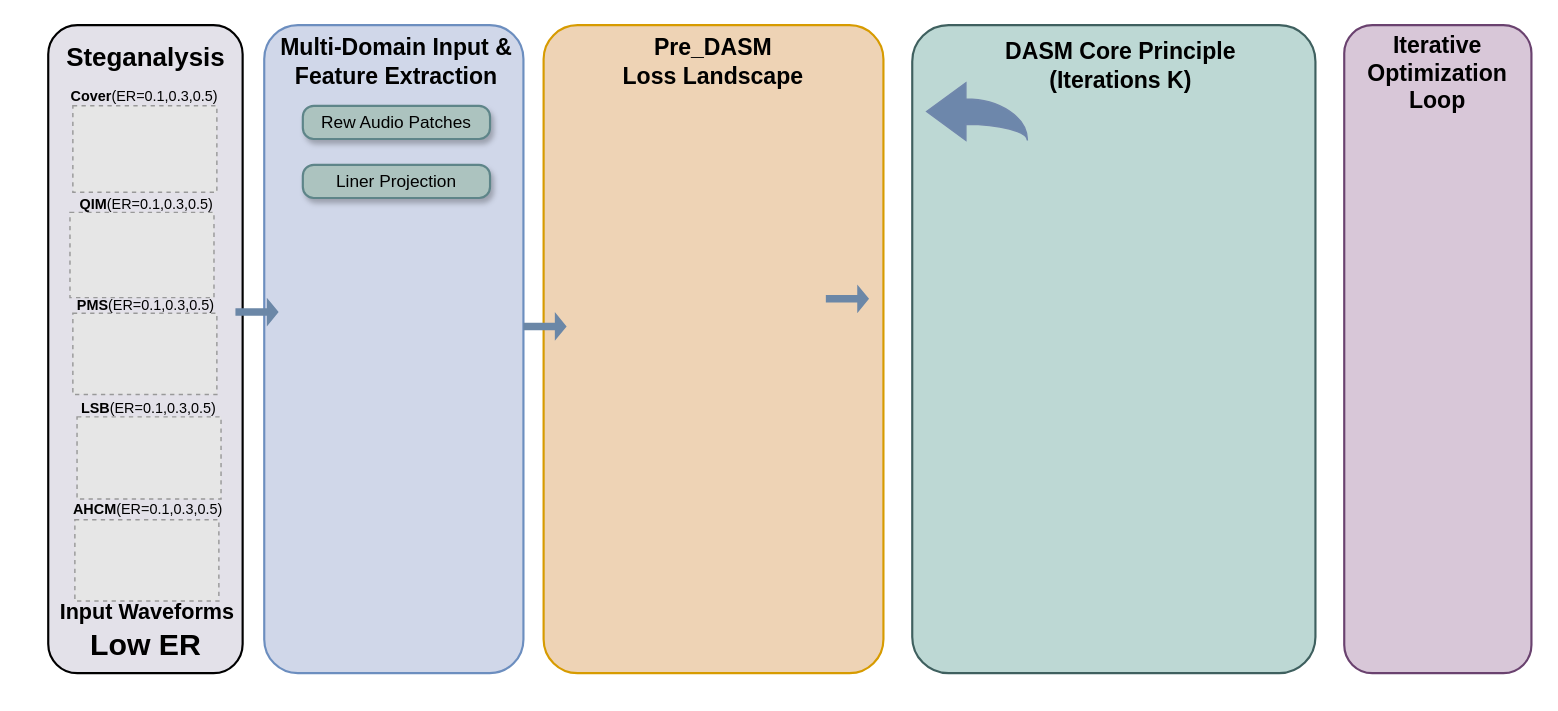
The draw.io diagram Voip.drawio in PKQZPC/Voip, before the edit. Source tidied: cells renumbered, new cells numbered last; positions are measured from the earlier drawing's top-left corner, leaving out a move shared by most shapes. Both pictures are drawn from the tidied source at 144%, with x=0, y=0 at pixel (24, 24). Pictures stored in the file or linked from it are replaced by grey dashed boxes.
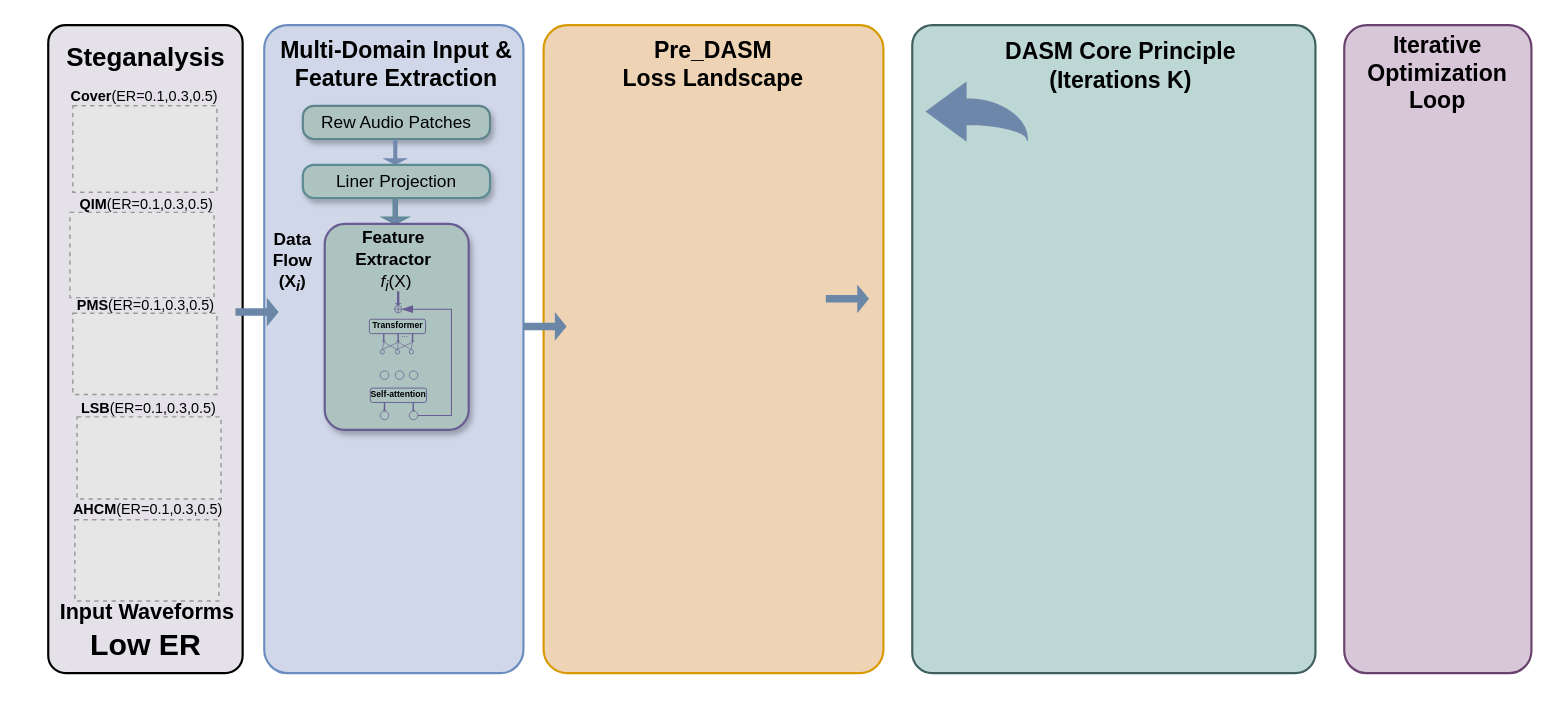
The same diagram, later.

Diff of the diagram source:
```diff
@@
-    <mxCell id="2" style="rounded=1;whiteSpace=wrap;html=1;fillColor=light-dark(#e3e1e9, #EDEDED);strokeWidth=1.5;" parent="1" vertex="1">
+    <mxCell id="2" style="rounded=1;whiteSpace=wrap;html=1;fillColor=light-dark(#e4e1e8, #EDEDED);strokeWidth=1.5;arcSize=9;" parent="1" vertex="1">
       <mxGeometry x="16" width="135" height="450" as="geometry" />
     </mxCell>
-    <mxCell id="3" style="rounded=1;whiteSpace=wrap;html=1;fillColor=light-dark(#d0d7e9, #1d293b);strokeColor=#6c8ebf;strokeWidth=1.5;arcSize=13;" parent="1" vertex="1">
+    <mxCell id="3" style="rounded=1;whiteSpace=wrap;html=1;fillColor=light-dark(#d0d7e9, #1d293b);strokeColor=#6c8ebf;strokeWidth=1.5;arcSize=9;" parent="1" vertex="1">
       <mxGeometry x="166" width="180" height="450" as="geometry" />
     </mxCell>
-    <mxCell id="4" style="rounded=1;whiteSpace=wrap;html=1;fillColor=light-dark(#eed3b5, #36210a);strokeColor=#d79b00;strokeWidth=1.5;arcSize=10;" parent="1" vertex="1">
+    <mxCell id="4" style="rounded=1;whiteSpace=wrap;html=1;fillColor=light-dark(#eed3b5, #36210a);strokeColor=#d79b00;strokeWidth=1.5;arcSize=7;" parent="1" vertex="1">
       <mxGeometry x="360" width="236" height="450" as="geometry" />
     </mxCell>
-    <mxCell id="5" style="rounded=1;whiteSpace=wrap;html=1;fillColor=light-dark(#bdd8d4, #ededed);strokeColor=light-dark(#3f605f, #ededed);strokeWidth=1.5;arcSize=9;" parent="1" vertex="1">
+    <mxCell id="5" style="rounded=1;whiteSpace=wrap;html=1;fillColor=light-dark(#bdd8d4, #ededed);strokeColor=light-dark(#3f605f, #ededed);strokeWidth=1.5;arcSize=5;" parent="1" vertex="1">
       <mxGeometry x="616" width="280" height="450" as="geometry" />
     </mxCell>
-    <mxCell id="6" style="rounded=1;whiteSpace=wrap;html=1;fillColor=light-dark(#d8c7d8, #ededed);strokeColor=light-dark(#6a426f, #ededed);strokeWidth=1.5;" parent="1" vertex="1">
+    <mxCell id="6" style="rounded=1;whiteSpace=wrap;html=1;fillColor=light-dark(#d8c7d8, #ededed);strokeColor=light-dark(#6a426f, #ededed);strokeWidth=1.5;arcSize=12;" parent="1" vertex="1">
       <mxGeometry x="916" width="130" height="450" as="geometry" />
     </mxCell>
@@
-    <mxCell id="22" style="shape=singleArrow;whiteSpace=wrap;html=1;arrowWidth=0.25556007667822767;arrowSize=0.27283950617284636;fillColor=light-dark(#6b87a7, #ededed);strokeColor=none;" parent="1" vertex="1">
-      <mxGeometry x="146" y="189.2" width="30" height="20" as="geometry" />
-    </mxCell>
@@
     <mxCell id="27" value="Pre_DASM&lt;div&gt;Loss Landscape&lt;/div&gt;" style="text;html=1;whiteSpace=wrap;strokeColor=none;fillColor=none;align=center;verticalAlign=middle;rounded=0;fontSize=16;fontStyle=1;" parent="1" vertex="1">
-      <mxGeometry x="383" y="10" width="190" height="30" as="geometry" />
+      <mxGeometry x="383" y="12" width="190" height="30" as="geometry" />
     </mxCell>
@@
     <mxCell id="30" value="Multi-Domain Input &amp;amp;&lt;div&gt;Feature Extraction&lt;/div&gt;" style="text;html=1;whiteSpace=wrap;strokeColor=none;fillColor=none;align=center;verticalAlign=middle;rounded=0;fontStyle=1;fontSize=16;" parent="1" vertex="1">
-      <mxGeometry x="169.6" y="10" width="176.4" height="30" as="geometry" />
+      <mxGeometry x="169.6" y="12" width="176.4" height="30" as="geometry" />
     </mxCell>
-    <mxCell id="31" value="Liner Projection" style="rounded=1;whiteSpace=wrap;html=1;arcSize=33;fillColor=light-dark(#acc3bf, #ededed);strokeColor=light-dark(#5e8589, #ededed);strokeWidth=1.5;textShadow=0;shadow=1;" parent="1" vertex="1">
+    <mxCell id="31" value="Liner Projection" style="rounded=1;whiteSpace=wrap;html=1;arcSize=33;fillColor=light-dark(#acc3bf, #ededed);strokeColor=light-dark(#5c8b92, #ededed);strokeWidth=1.5;textShadow=0;shadow=1;" parent="1" vertex="1">
       <mxGeometry x="192.8" y="97" width="130" height="23" as="geometry" />
     </mxCell>
+    <mxCell id="32" style="shape=singleArrow;direction=south;whiteSpace=wrap;html=1;strokeColor=light-dark(#5c8b92, #ededed);fillColor=light-dark(#6f86aa, #EDEDED);arrowWidth=0.15824751420454833;arrowSize=0.2542083431976039;" parent="1" vertex="1">
+      <mxGeometry x="248" y="120" width="18" height="18" as="geometry" />
+    </mxCell>
+    <mxCell id="33" style="shape=singleArrow;direction=south;whiteSpace=wrap;html=1;strokeColor=none;fillColor=light-dark(#7189af, #ededed);arrowWidth=0.15824751420454833;arrowSize=0.2542083431976039;" parent="1" vertex="1">
+      <mxGeometry x="248" y="79" width="18" height="18" as="geometry" />
+    </mxCell>
+    <mxCell id="34" style="rounded=1;whiteSpace=wrap;html=1;arcSize=14;fillColor=light-dark(#acc3bf, #ededed);strokeColor=light-dark(#685c92, #ededed);strokeWidth=1.5;textShadow=0;shadow=1;" parent="1" vertex="1">
+      <mxGeometry x="208" y="138" width="100" height="143" as="geometry" />
+    </mxCell>
+    <mxCell id="35" value="Feature&lt;div&gt;Extractor&lt;/div&gt;" style="text;html=1;whiteSpace=wrap;strokeColor=none;fillColor=none;align=center;verticalAlign=middle;rounded=0;fontStyle=1;" parent="1" vertex="1">
+      <mxGeometry x="226" y="140" width="60" height="30" as="geometry" />
+    </mxCell>
+    <mxCell id="36" value="&lt;i&gt;f&lt;/i&gt;&lt;sub&gt;&lt;i&gt;i&lt;/i&gt;&lt;/sub&gt;(X)" style="text;html=1;whiteSpace=wrap;strokeColor=none;fillColor=none;align=center;verticalAlign=middle;rounded=0;" parent="1" vertex="1">
+      <mxGeometry x="234" y="174" width="48" height="10.8" as="geometry" />
+    </mxCell>
+    <mxCell id="37" value="Data&lt;div&gt;Flow&lt;br&gt;(X&lt;sub&gt;&lt;i&gt;i&lt;/i&gt;&lt;/sub&gt;)&lt;/div&gt;" style="text;html=1;whiteSpace=wrap;strokeColor=none;fillColor=none;align=center;verticalAlign=middle;rounded=0;fontStyle=1;" parent="1" vertex="1">
+      <mxGeometry x="156" y="150" width="60" height="30" as="geometry" />
+    </mxCell>
+    <mxCell id="38" style="shape=singleArrow;direction=south;whiteSpace=wrap;html=1;strokeColor=none;fillColor=light-dark(#665C94,#36210A);arrowWidth=0.32051966740533544;arrowSize=0.16507516244740827;" parent="1" vertex="1">
+      <mxGeometry x="256.5" y="184.7" width="5" height="10" as="geometry" />
+    </mxCell>
+    <mxCell id="39" style="shape=orEllipse;perimeter=ellipsePerimeter;whiteSpace=wrap;html=1;backgroundOutline=1;fillColor=none;strokeWidth=0.5;strokeColor=light-dark(#685c92, #ededed);fontStyle=1;" parent="1" vertex="1">
+      <mxGeometry x="256.5" y="194.7" width="5" height="5" as="geometry" />
+    </mxCell>
+    <mxCell id="40" style="rounded=1;whiteSpace=wrap;html=1;fillColor=none;strokeColor=light-dark(#62568e, #ededed);strokeWidth=0.6;align=center;" parent="1" vertex="1">
+      <mxGeometry x="239" y="204.2" width="39" height="10" as="geometry" />
+    </mxCell>
+    <mxCell id="41" value="&lt;span style=&quot;font-size: 6px;&quot;&gt;&lt;b&gt;Transformer&lt;/b&gt;&lt;/span&gt;" style="text;html=1;whiteSpace=wrap;strokeColor=none;fillColor=none;align=center;verticalAlign=middle;rounded=0;" parent="1" vertex="1">
+      <mxGeometry x="249" y="202.2" width="20" height="10" as="geometry" />
+    </mxCell>
+    <mxCell id="22" style="shape=singleArrow;whiteSpace=wrap;html=1;arrowWidth=0.25556007667822767;arrowSize=0.27283950617284636;fillColor=light-dark(#6b87a7, #ededed);strokeColor=none;" parent="1" vertex="1">
+      <mxGeometry x="146" y="189.2" width="30" height="20" as="geometry" />
+    </mxCell>
+    <mxCell id="42" style="shape=singleArrow;direction=south;whiteSpace=wrap;html=1;strokeColor=none;fillColor=light-dark(#665C94,#36210A);arrowWidth=0.32051966740533544;arrowSize=0.16507516244740827;" parent="1" vertex="1">
+      <mxGeometry x="247.5" y="214.2" width="3" height="6" as="geometry" />
+    </mxCell>
+    <mxCell id="43" style="shape=singleArrow;direction=south;whiteSpace=wrap;html=1;strokeColor=none;fillColor=light-dark(#665C94,#36210A);arrowWidth=0.32051966740533544;arrowSize=0.16507516244740827;" parent="1" vertex="1">
+      <mxGeometry x="257.5" y="214.2" width="3" height="6" as="geometry" />
+    </mxCell>
+    <mxCell id="44" style="shape=singleArrow;direction=south;whiteSpace=wrap;html=1;strokeColor=none;fillColor=light-dark(#665C94,#36210A);arrowWidth=0.32051966740533544;arrowSize=0.16507516244740827;" parent="1" vertex="1">
+      <mxGeometry x="267.5" y="214.2" width="3" height="6" as="geometry" />
+    </mxCell>
+    <mxCell id="45" style="ellipse;whiteSpace=wrap;html=1;fillColor=none;strokeWidth=0.5;strokeColor=light-dark(#685c92, #ededed);" parent="1" vertex="1">
+      <mxGeometry x="246.5" y="240" width="6" height="6" as="geometry" />
+    </mxCell>
+    <mxCell id="46" style="ellipse;whiteSpace=wrap;html=1;fillColor=none;strokeWidth=0.5;strokeColor=light-dark(#685c92, #ededed);" parent="1" vertex="1">
+      <mxGeometry x="257" y="240" width="6" height="6" as="geometry" />
+    </mxCell>
+    <mxCell id="47" style="ellipse;whiteSpace=wrap;html=1;fillColor=none;strokeWidth=0.5;strokeColor=light-dark(#685c92, #ededed);" parent="1" vertex="1">
+      <mxGeometry x="266.7" y="240" width="6" height="6" as="geometry" />
+    </mxCell>
+    <mxCell id="48" style="ellipse;whiteSpace=wrap;html=1;fillColor=none;strokeWidth=0.5;strokeColor=light-dark(#685c92, #ededed);" parent="1" vertex="1">
+      <mxGeometry x="246.5" y="225.3" width="3" height="3" as="geometry" />
+    </mxCell>
+    <mxCell id="49" value="&lt;span style=&quot;font-size: 6px;&quot;&gt;Self-attention&lt;/span&gt;" style="text;html=1;whiteSpace=wrap;strokeColor=none;fillColor=none;align=center;verticalAlign=middle;rounded=0;fontStyle=1;" parent="1" vertex="1">
+      <mxGeometry x="235.9" y="250" width="46.8" height="10" as="geometry" />
+    </mxCell>
+    <mxCell id="50" style="shape=singleArrow;direction=south;whiteSpace=wrap;html=1;strokeColor=none;fillColor=light-dark(#665C94,#36210A);arrowWidth=0.32051966740533544;arrowSize=0.16507516244740827;" parent="1" vertex="1">
+      <mxGeometry x="248" y="262" width="3" height="6" as="geometry" />
+    </mxCell>
+    <mxCell id="51" style="shape=singleArrow;direction=south;whiteSpace=wrap;html=1;strokeColor=none;fillColor=light-dark(#665C94,#36210A);arrowWidth=0.32051966740533544;arrowSize=0.16507516244740827;" parent="1" vertex="1">
+      <mxGeometry x="268" y="262" width="3" height="6" as="geometry" />
+    </mxCell>
+    <mxCell id="52" value="&lt;font style=&quot;color: light-dark(rgb(104, 92, 146), rgb(237, 237, 237)); font-size: 6px;&quot;&gt;...&lt;/font&gt;" style="text;html=1;whiteSpace=wrap;strokeColor=none;fillColor=none;align=center;verticalAlign=middle;rounded=0;" parent="1" vertex="1">
+      <mxGeometry x="254.2" y="210.2" width="20" height="5" as="geometry" />
+    </mxCell>
+    <mxCell id="53" style="ellipse;whiteSpace=wrap;html=1;fillColor=none;strokeWidth=0.5;strokeColor=light-dark(#685c92, #ededed);" parent="1" vertex="1">
+      <mxGeometry x="246.5" y="268" width="6" height="6" as="geometry" />
+    </mxCell>
+    <mxCell id="54" style="edgeStyle=orthogonalEdgeStyle;rounded=0;jettySize=auto;html=1;entryX=1;entryY=0.5;entryDx=0;entryDy=0;strokeWidth=0.7;strokeColor=light-dark(#685c92, #ededed);endArrow=blockThin;endFill=1;" parent="1" edge="1" source="55" target="39">
+      <mxGeometry relative="1" as="geometry">
+        <Array as="points">
+          <mxPoint x="296" y="271" />
+          <mxPoint x="296" y="197" />
+        </Array>
+      </mxGeometry>
+    </mxCell>
+    <mxCell id="55" style="ellipse;whiteSpace=wrap;html=1;fillColor=none;strokeWidth=0.5;strokeColor=light-dark(#685c92, #ededed);" parent="1" vertex="1">
+      <mxGeometry x="266.7" y="268" width="6" height="6" as="geometry" />
+    </mxCell>
+    <mxCell id="56" style="ellipse;whiteSpace=wrap;html=1;fillColor=none;strokeWidth=0.5;strokeColor=light-dark(#685c92, #ededed);" parent="1" vertex="1">
+      <mxGeometry x="257" y="225.3" width="3" height="3" as="geometry" />
+    </mxCell>
+    <mxCell id="57" style="ellipse;whiteSpace=wrap;html=1;fillColor=none;strokeWidth=0.5;strokeColor=light-dark(#685c92, #ededed);" parent="1" vertex="1">
+      <mxGeometry x="266.7" y="225.3" width="3" height="3" as="geometry" />
+    </mxCell>
+    <mxCell id="58" style="endArrow=none;html=1;rounded=0;exitX=0.5;exitY=0;exitDx=0;exitDy=0;strokeWidth=0.4;strokeColor=light-dark(#685c92, #ededed);entryX=1;entryY=0.5;entryDx=0;entryDy=0;entryPerimeter=0;" parent="1" edge="1" source="48" target="42">
+      <mxGeometry relative="1" as="geometry" />
+    </mxCell>
+    <mxCell id="59" style="endArrow=none;html=1;rounded=0;strokeWidth=0.4;strokeColor=light-dark(#685c92, #ededed);exitX=0.5;exitY=0;exitDx=0;exitDy=0;entryX=1;entryY=0.5;entryDx=0;entryDy=0;entryPerimeter=0;" parent="1" edge="1" source="56" target="43">
+      <mxGeometry relative="1" as="geometry" />
+    </mxCell>
+    <mxCell id="60" style="endArrow=none;html=1;rounded=0;strokeWidth=0.4;strokeColor=light-dark(#685c92, #ededed);exitX=0.5;exitY=0;exitDx=0;exitDy=0;entryX=1;entryY=0.5;entryDx=0;entryDy=0;entryPerimeter=0;" parent="1" edge="1">
+      <mxGeometry relative="1" as="geometry">
+        <mxPoint x="268" y="225.2" as="sourcePoint" />
+        <mxPoint x="269" y="220.2" as="targetPoint" />
+      </mxGeometry>
+    </mxCell>
+    <mxCell id="61" style="endArrow=none;html=1;rounded=0;exitX=0.5;exitY=0;exitDx=0;exitDy=0;strokeWidth=0.4;strokeColor=light-dark(#685c92, #ededed);entryX=1;entryY=0.5;entryDx=0;entryDy=0;entryPerimeter=0;" parent="1" edge="1" source="56" target="42">
+      <mxGeometry relative="1" as="geometry" />
+    </mxCell>
+    <mxCell id="62" style="endArrow=none;html=1;rounded=0;exitX=0.5;exitY=0;exitDx=0;exitDy=0;strokeWidth=0.4;strokeColor=light-dark(#685c92, #ededed);entryX=1;entryY=0.5;entryDx=0;entryDy=0;entryPerimeter=0;" parent="1" edge="1">
+      <mxGeometry relative="1" as="geometry">
+        <mxPoint x="268" y="225.2" as="sourcePoint" />
+        <mxPoint x="259" y="220.2" as="targetPoint" />
+      </mxGeometry>
+    </mxCell>
+    <mxCell id="63" style="endArrow=none;html=1;rounded=0;exitX=0.5;exitY=0;exitDx=0;exitDy=0;strokeWidth=0.4;strokeColor=light-dark(#685c92, #ededed);entryX=1;entryY=0.5;entryDx=0;entryDy=0;entryPerimeter=0;" parent="1" edge="1" source="48" target="43">
+      <mxGeometry relative="1" as="geometry" />
+    </mxCell>
+    <mxCell id="64" style="endArrow=none;html=1;rounded=0;exitX=0.5;exitY=0;exitDx=0;exitDy=0;strokeWidth=0.4;strokeColor=light-dark(#685c92, #ededed);entryX=1;entryY=0.5;entryDx=0;entryDy=0;entryPerimeter=0;" parent="1" edge="1">
+      <mxGeometry relative="1" as="geometry">
+        <mxPoint x="258" y="225.2" as="sourcePoint" />
+        <mxPoint x="269" y="220.2" as="targetPoint" />
+      </mxGeometry>
+    </mxCell>
+    <mxCell id="65" style="rounded=1;whiteSpace=wrap;html=1;fillColor=none;strokeColor=light-dark(#62568e, #ededed);strokeWidth=0.6;align=center;" parent="1" vertex="1">
+      <mxGeometry x="239.7" y="252" width="39" height="10" as="geometry" />
+    </mxCell>
```
